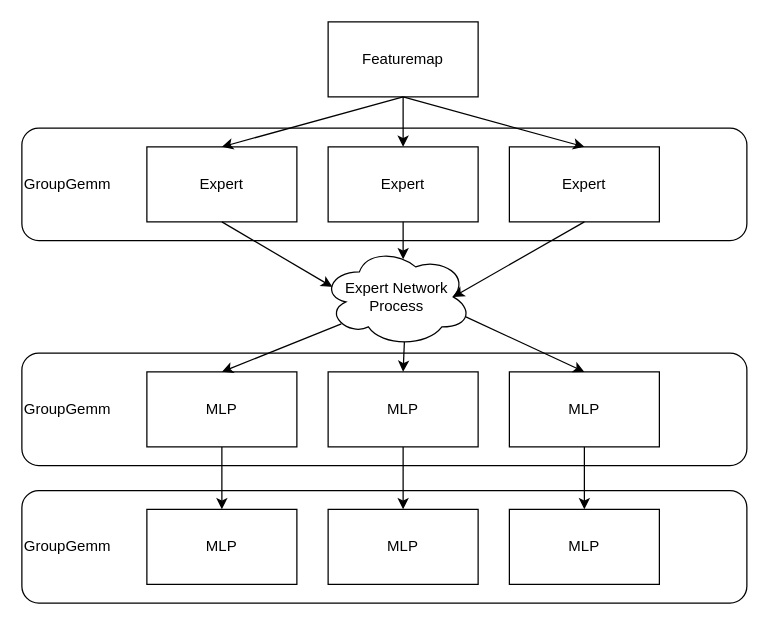
Before: moe.drawio in yandai/personal, a draw.io diagram. Source tidied: cells renumbered, new cells numbered last; positions are measured from the earlier drawing's top-left corner, leaving out a move shared by most shapes. Both pictures are drawn from the tidied source at 125%, with x=0, y=0 at pixel (21, 21).
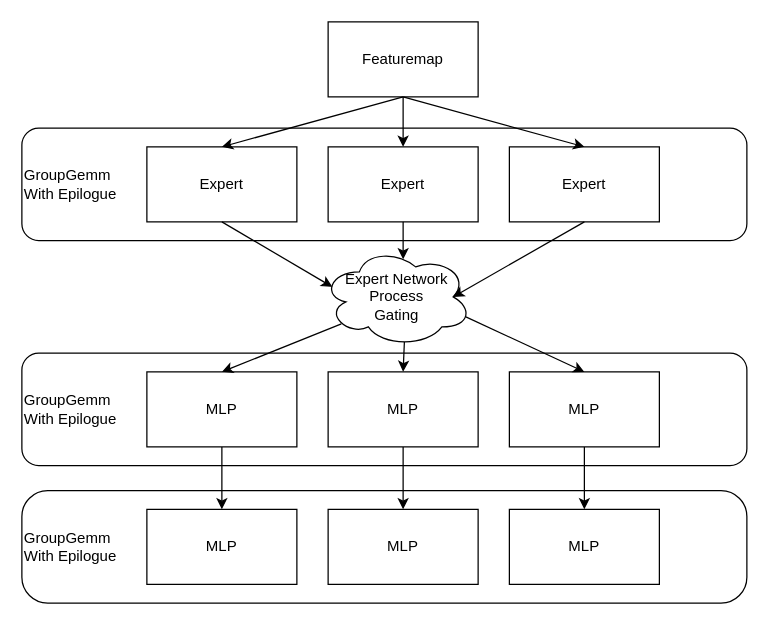
After the change.

What changed in the source:
```diff
@@
-    <mxCell id="2" value="GroupGemm" style="rounded=1;whiteSpace=wrap;html=1;align=left;" parent="1" vertex="1">
+    <mxCell id="2" value="GroupGemm&lt;br&gt;With Epilogue" style="rounded=1;whiteSpace=wrap;html=1;align=left;" parent="1" vertex="1">
       <mxGeometry y="85" width="580" height="90" as="geometry" />
     </mxCell>
-    <mxCell id="3" value="GroupGemm" style="rounded=1;whiteSpace=wrap;html=1;align=left;" parent="1" vertex="1">
+    <mxCell id="3" value="GroupGemm&lt;br&gt;With Epilogue" style="rounded=1;whiteSpace=wrap;html=1;align=left;arcSize=23;" parent="1" vertex="1">
       <mxGeometry y="375" width="580" height="90" as="geometry" />
     </mxCell>
-    <mxCell id="4" value="GroupGemm" style="rounded=1;whiteSpace=wrap;html=1;align=left;" parent="1" vertex="1">
+    <mxCell id="4" value="GroupGemm&lt;br&gt;With Epilogue" style="rounded=1;whiteSpace=wrap;html=1;align=left;" parent="1" vertex="1">
       <mxGeometry y="265" width="580" height="90" as="geometry" />
     </mxCell>
@@
-    <mxCell id="12" value="Expert Network&lt;br&gt;Process" style="ellipse;shape=cloud;whiteSpace=wrap;html=1;" parent="1" vertex="1">
+    <mxCell id="12" value="Expert Network&lt;br&gt;Process&lt;br&gt;Gating" style="ellipse;shape=cloud;whiteSpace=wrap;html=1;" parent="1" vertex="1">
       <mxGeometry x="240" y="180" width="120" height="80" as="geometry" />
     </mxCell>
```
